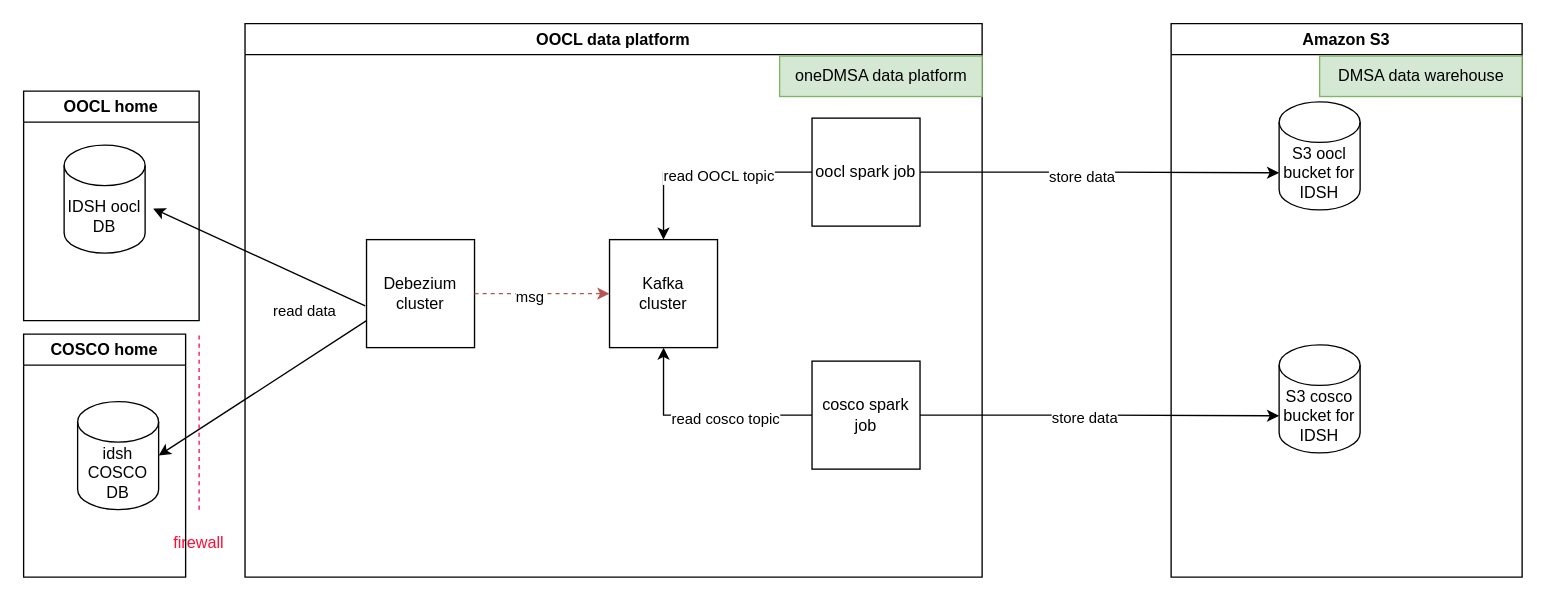
This is 未命名绘图.drawio from tigerliu0215/Resources, a draw.io file, before an edit. Source tidied: cells renumbered, new cells numbered last; positions are measured from the earlier drawing's top-left corner, leaving out a move shared by most shapes. Both pictures are drawn from the tidied source at 135%, with x=0, y=0 at pixel (23, 23).
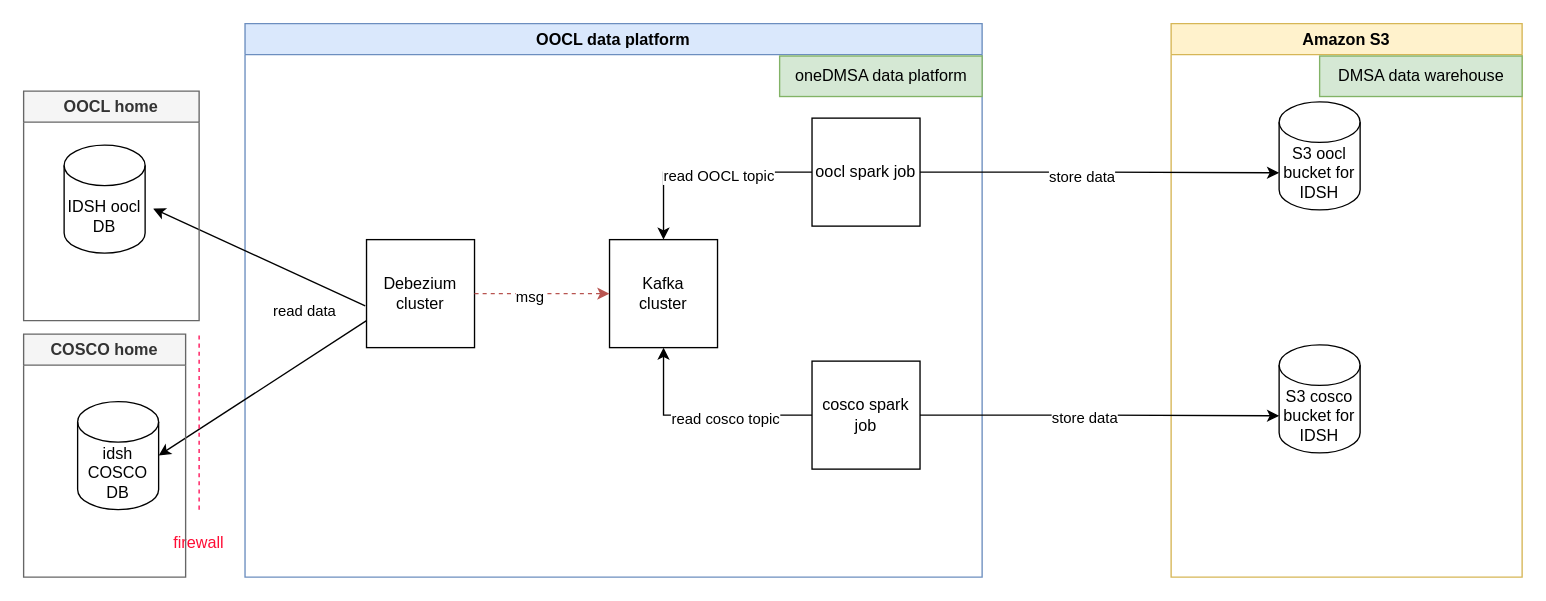
Above is the later version.

Commit message:
更新未命名绘图.drawio

Change to the diagram source:
```diff
@@
-    <mxCell id="2" value="OOCL data platform" style="swimlane;whiteSpace=wrap;html=1;" parent="1" vertex="1">
+    <mxCell id="2" value="OOCL data platform" style="swimlane;whiteSpace=wrap;html=1;fillColor=#dae8fc;strokeColor=#6c8ebf;" parent="1" vertex="1">
       <mxGeometry x="164" width="546" height="410" as="geometry" />
     </mxCell>
@@
-    <mxCell id="14" value="Amazon S3" style="swimlane;whiteSpace=wrap;html=1;" parent="1" vertex="1">
+    <mxCell id="14" value="Amazon S3" style="swimlane;whiteSpace=wrap;html=1;fillColor=#fff2cc;strokeColor=#d6b656;" parent="1" vertex="1">
       <mxGeometry x="850" width="260" height="410" as="geometry" />
     </mxCell>
@@
-    <mxCell id="29" value="COSCO home" style="swimlane;whiteSpace=wrap;html=1;" parent="1" vertex="1">
+    <mxCell id="29" value="COSCO home" style="swimlane;whiteSpace=wrap;html=1;fillColor=#f5f5f5;fontColor=#333333;strokeColor=#666666;" parent="1" vertex="1">
       <mxGeometry y="230" width="120" height="180" as="geometry" />
     </mxCell>
-    <mxCell id="30" value="OOCL home" style="swimlane;whiteSpace=wrap;html=1;" parent="1" vertex="1">
+    <mxCell id="30" value="OOCL home" style="swimlane;whiteSpace=wrap;html=1;fillColor=#f5f5f5;fontColor=#333333;strokeColor=#666666;" parent="1" vertex="1">
       <mxGeometry y="50" width="130" height="170" as="geometry" />
     </mxCell>
```
